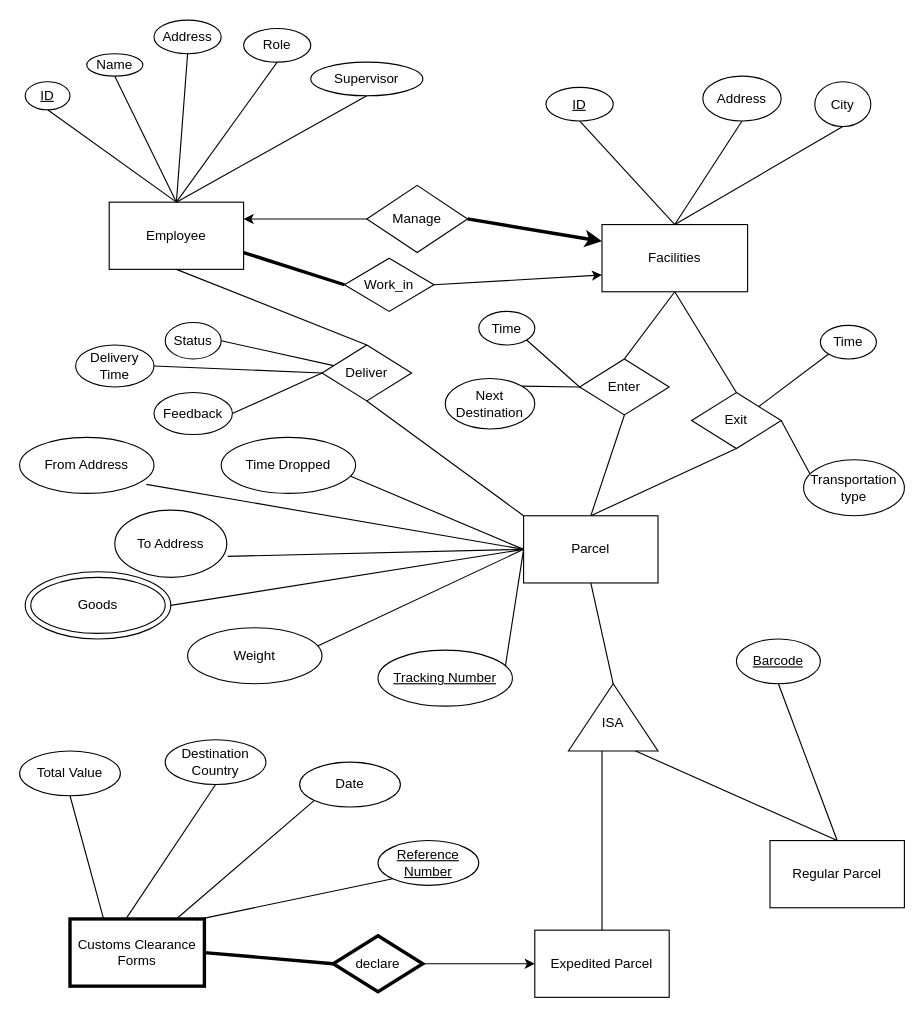
StevenYang23/FlagRaisingGame keeps this draw.io diagram as ER.drawio. Above is the earlier version. Source tidied: cells renumbered, new cells numbered last; positions are measured from the earlier drawing's top-left corner, leaving out a move shared by most shapes. Both pictures are drawn from the tidied source at 112%, with x=0, y=0 at pixel (19, 20).
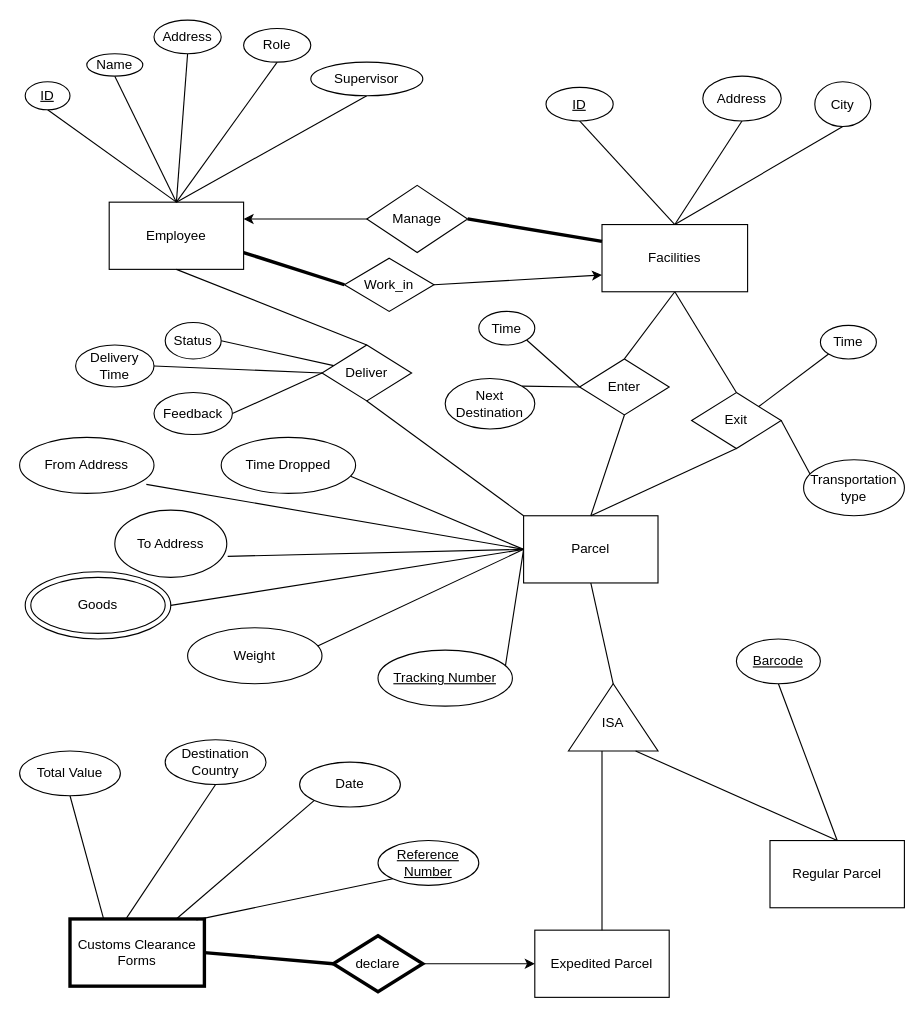
Above is the later version.

Unchanged cells that the change refers to:
```xml
<mxCell id="5" value="Facilities" style="rounded=0;whiteSpace=wrap;html=1;" parent="1" vertex="1">
  <mxGeometry x="520" y="182" width="130" height="60" as="geometry" />
</mxCell>
<mxCell id="13" value="Manage" style="rhombus;whiteSpace=wrap;html=1;" parent="1" vertex="1">
  <mxGeometry x="310" y="147" width="90" height="60" as="geometry" />
</mxCell>
```

Diff of the diagram source:
```diff
@@
-    <mxCell id="12" style="rounded=0;jettySize=auto;html=1;entryX=0;entryY=0.25;entryDx=0;entryDy=0;endArrow=classic;endFill=1;curved=0;strokeColor=default;strokeWidth=3;exitX=1;exitY=0.5;exitDx=0;exitDy=0;" parent="1" edge="1" source="13" target="5">
+    <mxCell id="12" style="rounded=0;jettySize=auto;html=1;entryX=0;entryY=0.25;entryDx=0;entryDy=0;endArrow=none;endFill=0;curved=0;strokeColor=default;strokeWidth=3;exitX=1;exitY=0.5;exitDx=0;exitDy=0;" parent="1" edge="1" source="13" target="5">
       <mxGeometry relative="1" as="geometry" />
     </mxCell>
```
